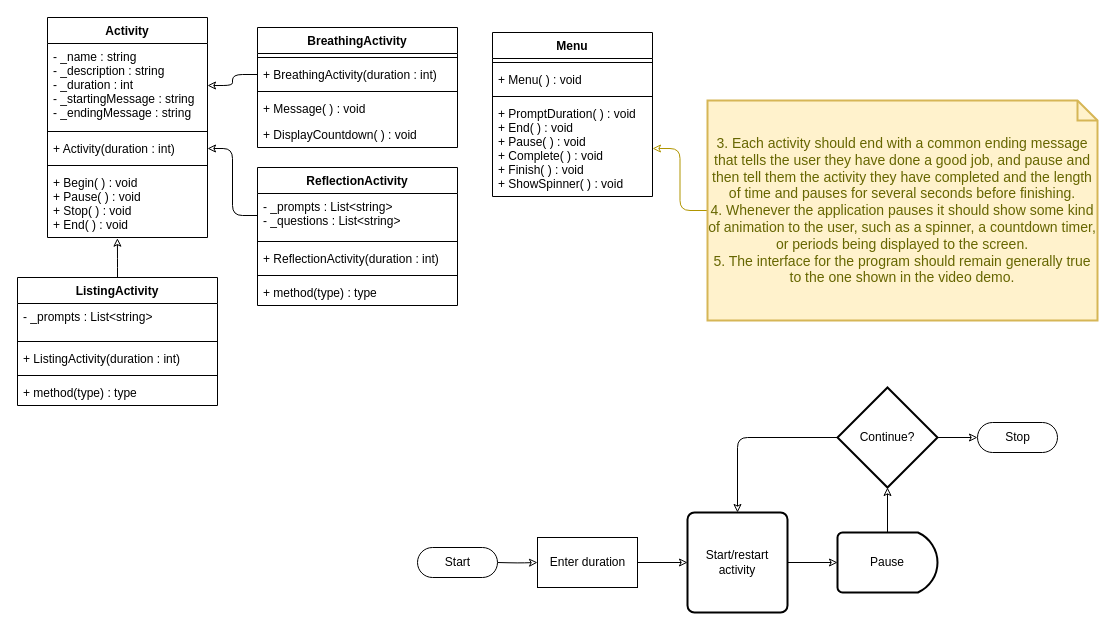
Above: team-design/w07-mindfulness-program/mindfulness-program.drawio in carloswm85/cse210-projects-2024Winter (draw.io), before the change. Source tidied: cells renumbered, new cells numbered last; positions are measured from the earlier drawing's top-left corner, leaving out a move shared by most shapes. Both pictures are drawn from the tidied source at 100%, with x=0, y=0 at pixel (17, 17).
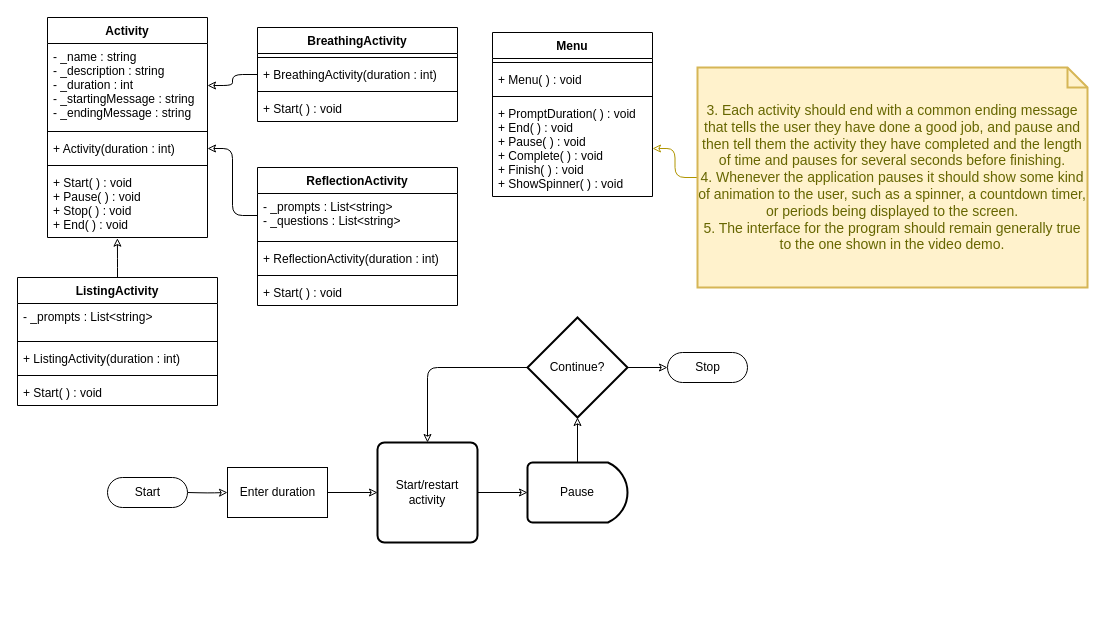
The same diagram, later.

The change refers to these unchanged cells:
```xml
<mxCell id="7" value="Activity" style="swimlane;fontStyle=1;align=center;verticalAlign=top;horizontal=1;startSize=26;" parent="1" vertex="1">
  <mxGeometry x="30" width="160" height="220" as="geometry" />
</mxCell>
<mxCell id="19" value="ReflectionActivity" style="swimlane;fontStyle=1;align=center;verticalAlign=top;horizontal=1;startSize=26;" parent="1" vertex="1">
  <mxGeometry x="240" y="150" width="200" height="138" as="geometry" />
</mxCell>
<mxCell id="26" value="ListingActivity" style="swimlane;fontStyle=1;align=center;verticalAlign=top;horizontal=1;startSize=26;" parent="1" vertex="1">
  <mxGeometry y="260" width="200" height="128" as="geometry" />
</mxCell>
```

What changed in the source:
```diff
@@
-    <mxCell id="12" value="+ Begin( ) : void&#10;+ Pause( ) : void&#10;+ Stop( ) : void&#10;+ End( ) : void" style="text;strokeColor=none;fillColor=none;align=left;verticalAlign=top;spacingLeft=4;spacingRight=4;overflow=hidden;points=[[0,0.5],[1,0.5]];portConstraint=eastwest;" parent="7" vertex="1">
+    <mxCell id="12" value="+ Start( ) : void&#10;+ Pause( ) : void&#10;+ Stop( ) : void&#10;+ End( ) : void" style="text;strokeColor=none;fillColor=none;align=left;verticalAlign=top;spacingLeft=4;spacingRight=4;overflow=hidden;points=[[0,0.5],[1,0.5]];portConstraint=eastwest;" parent="7" vertex="1">
       <mxGeometry y="152" width="160" height="68" as="geometry" />
     </mxCell>
     <mxCell id="13" value="BreathingActivity" style="swimlane;fontStyle=1;align=center;verticalAlign=top;horizontal=1;startSize=26;" parent="1" vertex="1">
-      <mxGeometry x="240" y="10" width="200" height="120" as="geometry" />
+      <mxGeometry x="240" y="10" width="200" height="94" as="geometry" />
     </mxCell>
@@
-    <mxCell id="17" value="+ Message( ) : void" style="text;strokeColor=none;fillColor=none;align=left;verticalAlign=top;spacingLeft=4;spacingRight=4;overflow=hidden;" parent="13" vertex="1">
-      <mxGeometry y="68" width="200" height="26" as="geometry" />
-    </mxCell>
-    <mxCell id="18" value="+ DisplayCountdown( ) : void" style="text;strokeColor=none;fillColor=none;align=left;verticalAlign=top;spacingLeft=4;spacingRight=4;overflow=hidden;" parent="13" vertex="1">
-      <mxGeometry y="94" width="200" height="26" as="geometry" />
+    <mxCell id="18" value="+ Start( ) : void" style="text;strokeColor=none;fillColor=none;align=left;verticalAlign=top;spacingLeft=4;spacingRight=4;overflow=hidden;" parent="13" vertex="1">
+      <mxGeometry y="68" width="200" height="26" as="geometry" />
     </mxCell>
@@
-    <mxCell id="24" value="+ method(type) : type" style="text;strokeColor=none;fillColor=none;align=left;verticalAlign=top;spacingLeft=4;spacingRight=4;overflow=hidden;" parent="19" vertex="1">
+    <mxCell id="24" value="+ Start( ) : void" style="text;strokeColor=none;fillColor=none;align=left;verticalAlign=top;spacingLeft=4;spacingRight=4;overflow=hidden;" parent="19" vertex="1">
       <mxGeometry y="112" width="200" height="26" as="geometry" />
     </mxCell>
@@
-    <mxCell id="31" value="+ method(type) : type" style="text;strokeColor=none;fillColor=none;align=left;verticalAlign=top;spacingLeft=4;spacingRight=4;overflow=hidden;" parent="26" vertex="1">
+    <mxCell id="31" value="+ Start( ) : void" style="text;strokeColor=none;fillColor=none;align=left;verticalAlign=top;spacingLeft=4;spacingRight=4;overflow=hidden;" parent="26" vertex="1">
       <mxGeometry y="102" width="200" height="26" as="geometry" />
     </mxCell>
@@
     <mxCell id="33" value="3. Each activity should end with a common ending message that tells the user they have done a good job, and pause and then tell them the activity they have completed and the length of time and pauses for several seconds before finishing.&lt;br&gt;&lt;div&gt;4. Whenever the application pauses it should show some kind of animation to the user, such as a spinner, a countdown timer, or periods being displayed to the screen.&lt;/div&gt;&lt;div&gt;5. The interface for the program should remain generally true to the one shown in the video demo.&lt;/div&gt;" style="shape=note;strokeWidth=2;fontSize=14;size=20;whiteSpace=wrap;html=1;fillColor=#fff2cc;strokeColor=#d6b656;fontColor=#666600;" parent="1" vertex="1">
-      <mxGeometry x="690" y="83" width="390" height="220" as="geometry" />
+      <mxGeometry x="680" y="50" width="390" height="220" as="geometry" />
     </mxCell>
@@
     <mxCell id="36" style="edgeStyle=orthogonalEdgeStyle;html=1;exitX=1;exitY=0.5;exitDx=0;exitDy=0;exitPerimeter=0;entryX=0;entryY=0.5;entryDx=0;entryDy=0;startArrow=none;startFill=0;endArrow=classic;endFill=0;" parent="1" edge="1" target="39">
       <mxGeometry relative="1" as="geometry">
-        <mxPoint x="480" y="545" as="sourcePoint" />
+        <mxPoint x="170" y="475" as="sourcePoint" />
       </mxGeometry>
     </mxCell>
     <mxCell id="37" value="Start" style="html=1;dashed=0;whitespace=wrap;shape=mxgraph.dfd.start;" parent="1" vertex="1">
-      <mxGeometry x="400" y="530" width="80" height="30" as="geometry" />
+      <mxGeometry x="90" y="460" width="80" height="30" as="geometry" />
     </mxCell>
@@
     <mxCell id="39" value="Enter duration" style="html=1;dashed=0;whitespace=wrap;" parent="1" vertex="1">
-      <mxGeometry x="520" y="520" width="100" height="50" as="geometry" />
+      <mxGeometry x="210" y="450" width="100" height="50" as="geometry" />
     </mxCell>
@@
     <mxCell id="41" value="Start/restart activity" style="rounded=1;whiteSpace=wrap;html=1;absoluteArcSize=1;arcSize=14;strokeWidth=2;" parent="1" vertex="1">
-      <mxGeometry x="670" y="495" width="100" height="100" as="geometry" />
+      <mxGeometry x="360" y="425" width="100" height="100" as="geometry" />
     </mxCell>
@@
     <mxCell id="43" value="Pause" style="strokeWidth=2;html=1;shape=mxgraph.flowchart.delay;whiteSpace=wrap;" parent="1" vertex="1">
-      <mxGeometry x="820" y="515" width="100" height="60" as="geometry" />
+      <mxGeometry x="510" y="445" width="100" height="60" as="geometry" />
     </mxCell>
@@
     <mxCell id="46" value="Continue?" style="strokeWidth=2;html=1;shape=mxgraph.flowchart.decision;whiteSpace=wrap;" parent="1" vertex="1">
-      <mxGeometry x="820" y="370" width="100" height="100" as="geometry" />
+      <mxGeometry x="510" y="300" width="100" height="100" as="geometry" />
     </mxCell>
     <mxCell id="47" value="Stop" style="html=1;dashed=0;whitespace=wrap;shape=mxgraph.dfd.start;" parent="1" vertex="1">
-      <mxGeometry x="960" y="405" width="80" height="30" as="geometry" />
+      <mxGeometry x="650" y="335" width="80" height="30" as="geometry" />
     </mxCell>
```
